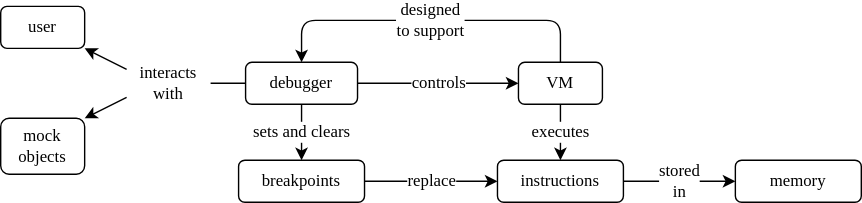
gvwilson/sdxpy keeps this draw.io diagram as docs/debugger/concept_map.svg. Above is the earlier version. Source tidied: cells renumbered, new cells last; positions are measured from the earlier drawing's top-left corner, leaving out a move shared by most shapes.
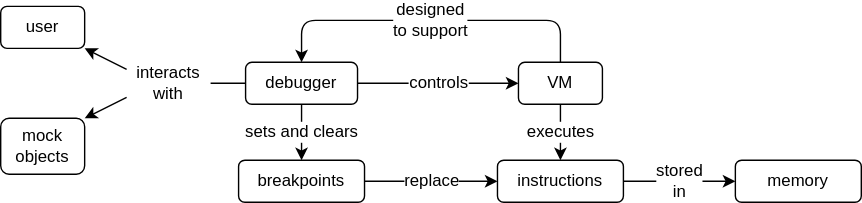
The same diagram one commit later.

What changed in the source:
```diff
@@ -2,43 +2,43 @@
   <root>
     <mxCell id="0" />
     <mxCell id="1" parent="0" />
-    <mxCell id="2" value="user" style="rounded=1;whiteSpace=wrap;html=1;fontFamily=Verdana;fillColor=none;fontSize=12;" parent="1" vertex="1">
+    <mxCell id="2" value="user" style="rounded=1;whiteSpace=wrap;html=1;fontFamily=Helvetica;fillColor=none;fontSize=12;" parent="1" vertex="1">
       <mxGeometry width="60" height="30" as="geometry" />
     </mxCell>
-    <mxCell id="3" value="mock&lt;br style=&quot;font-size: 12px;&quot;&gt;objects" style="rounded=1;whiteSpace=wrap;html=1;fontFamily=Verdana;fillColor=none;fontSize=12;" parent="1" vertex="1">
+    <mxCell id="3" value="mock&lt;br style=&quot;font-size: 12px;&quot;&gt;objects" style="rounded=1;whiteSpace=wrap;html=1;fontFamily=Helvetica;fillColor=none;fontSize=12;" parent="1" vertex="1">
       <mxGeometry y="80" width="60" height="40" as="geometry" />
     </mxCell>
-    <mxCell id="4" value="debugger" style="rounded=1;whiteSpace=wrap;html=1;fontFamily=Verdana;fillColor=none;fontSize=12;" parent="1" vertex="1">
+    <mxCell id="4" value="debugger" style="rounded=1;whiteSpace=wrap;html=1;fontFamily=Helvetica;fillColor=none;fontSize=12;" parent="1" vertex="1">
       <mxGeometry x="175" y="40" width="80" height="30" as="geometry" />
     </mxCell>
-    <mxCell id="5" value="VM" style="rounded=1;whiteSpace=wrap;html=1;fontFamily=Verdana;fillColor=none;fontSize=12;" parent="1" vertex="1">
+    <mxCell id="5" value="VM" style="rounded=1;whiteSpace=wrap;html=1;fontFamily=Helvetica;fillColor=none;fontSize=12;" parent="1" vertex="1">
       <mxGeometry x="370" y="40" width="60" height="30" as="geometry" />
     </mxCell>
-    <mxCell id="6" value="breakpoints" style="rounded=1;whiteSpace=wrap;html=1;fontFamily=Verdana;fillColor=none;fontSize=12;" parent="1" vertex="1">
+    <mxCell id="6" value="breakpoints" style="rounded=1;whiteSpace=wrap;html=1;fontFamily=Helvetica;fillColor=none;fontSize=12;" parent="1" vertex="1">
       <mxGeometry x="170" y="110" width="90" height="30" as="geometry" />
     </mxCell>
-    <mxCell id="7" value="instructions" style="rounded=1;whiteSpace=wrap;html=1;fontFamily=Verdana;fillColor=none;fontSize=12;" parent="1" vertex="1">
+    <mxCell id="7" value="instructions" style="rounded=1;whiteSpace=wrap;html=1;fontFamily=Helvetica;fillColor=none;fontSize=12;" parent="1" vertex="1">
       <mxGeometry x="355" y="110" width="90" height="30" as="geometry" />
     </mxCell>
-    <mxCell id="8" value="memory" style="rounded=1;whiteSpace=wrap;html=1;fontFamily=Verdana;fillColor=none;fontSize=12;" parent="1" vertex="1">
+    <mxCell id="8" value="memory" style="rounded=1;whiteSpace=wrap;html=1;fontFamily=Helvetica;fillColor=none;fontSize=12;" parent="1" vertex="1">
       <mxGeometry x="525" y="110" width="90" height="30" as="geometry" />
     </mxCell>
-    <mxCell id="9" value="&lt;font style=&quot;font-size: 12px;&quot;&gt;controls&lt;/font&gt;" style="endArrow=classic;html=1;rounded=0;fontFamily=Verdana;exitX=1;exitY=0.5;exitDx=0;exitDy=0;entryX=0;entryY=0.5;entryDx=0;entryDy=0;fontSize=12;" parent="1" edge="1" source="4" target="5">
+    <mxCell id="9" value="&lt;font style=&quot;font-size: 12px;&quot;&gt;controls&lt;/font&gt;" style="endArrow=classic;html=1;rounded=0;fontFamily=Helvetica;exitX=1;exitY=0.5;exitDx=0;exitDy=0;entryX=0;entryY=0.5;entryDx=0;entryDy=0;fontSize=12;" parent="1" edge="1" source="4" target="5">
       <mxGeometry relative="1" as="geometry" />
     </mxCell>
-    <mxCell id="10" value="&lt;font style=&quot;font-size: 12px;&quot;&gt;replace&lt;/font&gt;" style="endArrow=classic;html=1;rounded=0;fontFamily=Verdana;exitX=1;exitY=0.5;exitDx=0;exitDy=0;entryX=0;entryY=0.5;entryDx=0;entryDy=0;fontSize=12;" parent="1" edge="1" source="6" target="7">
+    <mxCell id="10" value="&lt;font style=&quot;font-size: 12px;&quot;&gt;replace&lt;/font&gt;" style="endArrow=classic;html=1;rounded=0;fontFamily=Helvetica;exitX=1;exitY=0.5;exitDx=0;exitDy=0;entryX=0;entryY=0.5;entryDx=0;entryDy=0;fontSize=12;" parent="1" edge="1" source="6" target="7">
       <mxGeometry relative="1" as="geometry" />
     </mxCell>
-    <mxCell id="11" value="&lt;font style=&quot;font-size: 12px;&quot;&gt;sets and clears&lt;/font&gt;" style="endArrow=classic;html=1;rounded=0;fontFamily=Verdana;exitX=0.5;exitY=1;exitDx=0;exitDy=0;entryX=0.5;entryY=0;entryDx=0;entryDy=0;fontSize=12;" parent="1" edge="1" source="4" target="6">
+    <mxCell id="11" value="&lt;font style=&quot;font-size: 12px;&quot;&gt;sets and clears&lt;/font&gt;" style="endArrow=classic;html=1;rounded=0;fontFamily=Helvetica;exitX=0.5;exitY=1;exitDx=0;exitDy=0;entryX=0.5;entryY=0;entryDx=0;entryDy=0;fontSize=12;" parent="1" edge="1" source="4" target="6">
       <mxGeometry relative="1" as="geometry" />
     </mxCell>
-    <mxCell id="12" value="&lt;font style=&quot;font-size: 12px;&quot;&gt;executes&lt;/font&gt;" style="endArrow=classic;html=1;rounded=0;fontFamily=Verdana;exitX=0.5;exitY=1;exitDx=0;exitDy=0;entryX=0.5;entryY=0;entryDx=0;entryDy=0;fontSize=12;" parent="1" edge="1" source="5" target="7">
+    <mxCell id="12" value="&lt;font style=&quot;font-size: 12px;&quot;&gt;executes&lt;/font&gt;" style="endArrow=classic;html=1;rounded=0;fontFamily=Helvetica;exitX=0.5;exitY=1;exitDx=0;exitDy=0;entryX=0.5;entryY=0;entryDx=0;entryDy=0;fontSize=12;" parent="1" edge="1" source="5" target="7">
       <mxGeometry relative="1" as="geometry" />
     </mxCell>
-    <mxCell id="13" value="&lt;font style=&quot;font-size: 12px;&quot;&gt;stored&lt;br style=&quot;font-size: 12px;&quot;&gt;in&lt;br style=&quot;font-size: 12px;&quot;&gt;&lt;/font&gt;" style="endArrow=classic;html=1;rounded=0;fontFamily=Verdana;entryX=0;entryY=0.5;entryDx=0;entryDy=0;exitX=1;exitY=0.5;exitDx=0;exitDy=0;fontSize=12;" parent="1" edge="1" source="7" target="8">
+    <mxCell id="13" value="&lt;font style=&quot;font-size: 12px;&quot;&gt;stored&lt;br style=&quot;font-size: 12px;&quot;&gt;in&lt;br style=&quot;font-size: 12px;&quot;&gt;&lt;/font&gt;" style="endArrow=classic;html=1;rounded=0;fontFamily=Helvetica;entryX=0;entryY=0.5;entryDx=0;entryDy=0;exitX=1;exitY=0.5;exitDx=0;exitDy=0;fontSize=12;" parent="1" edge="1" source="7" target="8">
       <mxGeometry relative="1" as="geometry" />
     </mxCell>
-    <mxCell id="14" value="designed&lt;br style=&quot;font-size: 12px;&quot;&gt;to support" style="endArrow=classic;html=1;rounded=1;fontFamily=Verdana;fontSize=12;exitX=0.5;exitY=0;exitDx=0;exitDy=0;entryX=0.5;entryY=0;entryDx=0;entryDy=0;" parent="1" edge="1" source="5" target="4">
+    <mxCell id="14" value="designed&lt;br style=&quot;font-size: 12px;&quot;&gt;to support" style="endArrow=classic;html=1;rounded=1;fontFamily=Helvetica;fontSize=12;exitX=0.5;exitY=0;exitDx=0;exitDy=0;entryX=0.5;entryY=0;entryDx=0;entryDy=0;" parent="1" edge="1" source="5" target="4">
       <mxGeometry relative="1" as="geometry">
         <Array as="points">
           <mxPoint x="400" y="10" />
@@ -46,16 +46,16 @@
         </Array>
       </mxGeometry>
     </mxCell>
-    <mxCell id="15" value="interacts&lt;br style=&quot;font-size: 12px;&quot;&gt;with" style="text;html=1;strokeColor=none;fillColor=none;align=center;verticalAlign=middle;whiteSpace=wrap;rounded=0;fontFamily=Verdana;fontSize=12;" parent="1" vertex="1">
+    <mxCell id="15" value="interacts&lt;br style=&quot;font-size: 12px;&quot;&gt;with" style="text;html=1;strokeColor=none;fillColor=none;align=center;verticalAlign=middle;whiteSpace=wrap;rounded=0;fontFamily=Helvetica;fontSize=12;" parent="1" vertex="1">
       <mxGeometry x="90" y="35" width="60" height="40" as="geometry" />
     </mxCell>
-    <mxCell id="16" style="endArrow=none;html=1;rounded=1;fontFamily=Verdana;fontSize=12;exitX=1;exitY=0.5;exitDx=0;exitDy=0;entryX=0;entryY=0.5;entryDx=0;entryDy=0;" parent="1" edge="1" source="15" target="4">
+    <mxCell id="16" style="endArrow=none;html=1;rounded=1;fontFamily=Helvetica;fontSize=12;exitX=1;exitY=0.5;exitDx=0;exitDy=0;entryX=0;entryY=0.5;entryDx=0;entryDy=0;" parent="1" edge="1" source="15" target="4">
       <mxGeometry relative="1" as="geometry" />
     </mxCell>
-    <mxCell id="17" style="endArrow=classic;html=1;rounded=1;fontFamily=Verdana;fontSize=12;entryX=1;entryY=1;entryDx=0;entryDy=0;exitX=0;exitY=0.25;exitDx=0;exitDy=0;" parent="1" edge="1" source="15" target="2">
+    <mxCell id="17" style="endArrow=classic;html=1;rounded=1;fontFamily=Helvetica;fontSize=12;entryX=1;entryY=1;entryDx=0;entryDy=0;exitX=0;exitY=0.25;exitDx=0;exitDy=0;" parent="1" edge="1" source="15" target="2">
       <mxGeometry relative="1" as="geometry" />
     </mxCell>
-    <mxCell id="18" style="endArrow=classic;html=1;rounded=1;fontFamily=Verdana;fontSize=12;entryX=1;entryY=0;entryDx=0;entryDy=0;exitX=0;exitY=0.75;exitDx=0;exitDy=0;" parent="1" edge="1" source="15" target="3">
+    <mxCell id="18" style="endArrow=classic;html=1;rounded=1;fontFamily=Helvetica;fontSize=12;entryX=1;entryY=0;entryDx=0;entryDy=0;exitX=0;exitY=0.75;exitDx=0;exitDy=0;" parent="1" edge="1" source="15" target="3">
       <mxGeometry relative="1" as="geometry" />
     </mxCell>
   </root>
```
